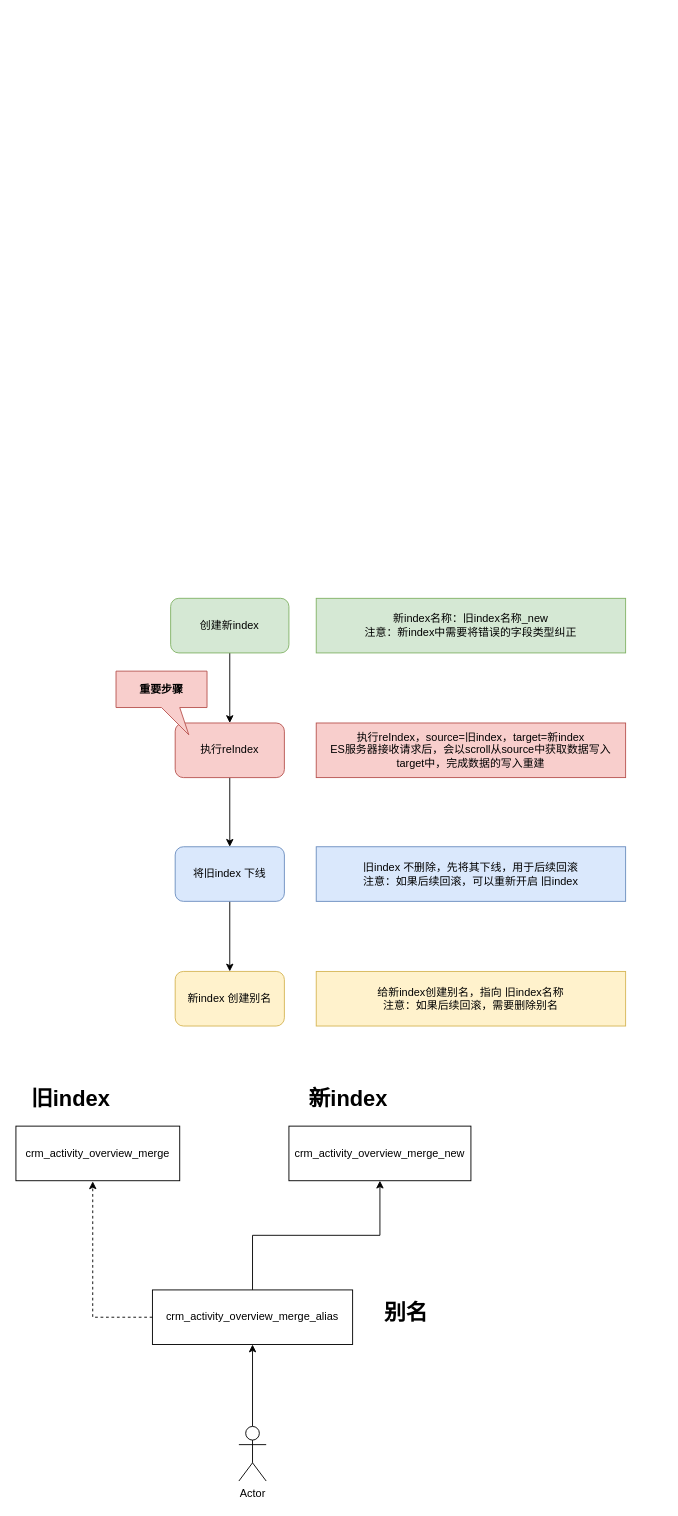
This is ES字段类型问题处理.drawio from 18857545022/-, a draw.io file, before an edit. Source tidied: cells renumbered, new cells numbered last; positions are measured from the earlier drawing's top-left corner, leaving out a move shared by most shapes. Both pictures are drawn from the tidied source at 91%, with x=0, y=0 at pixel (15, 598).
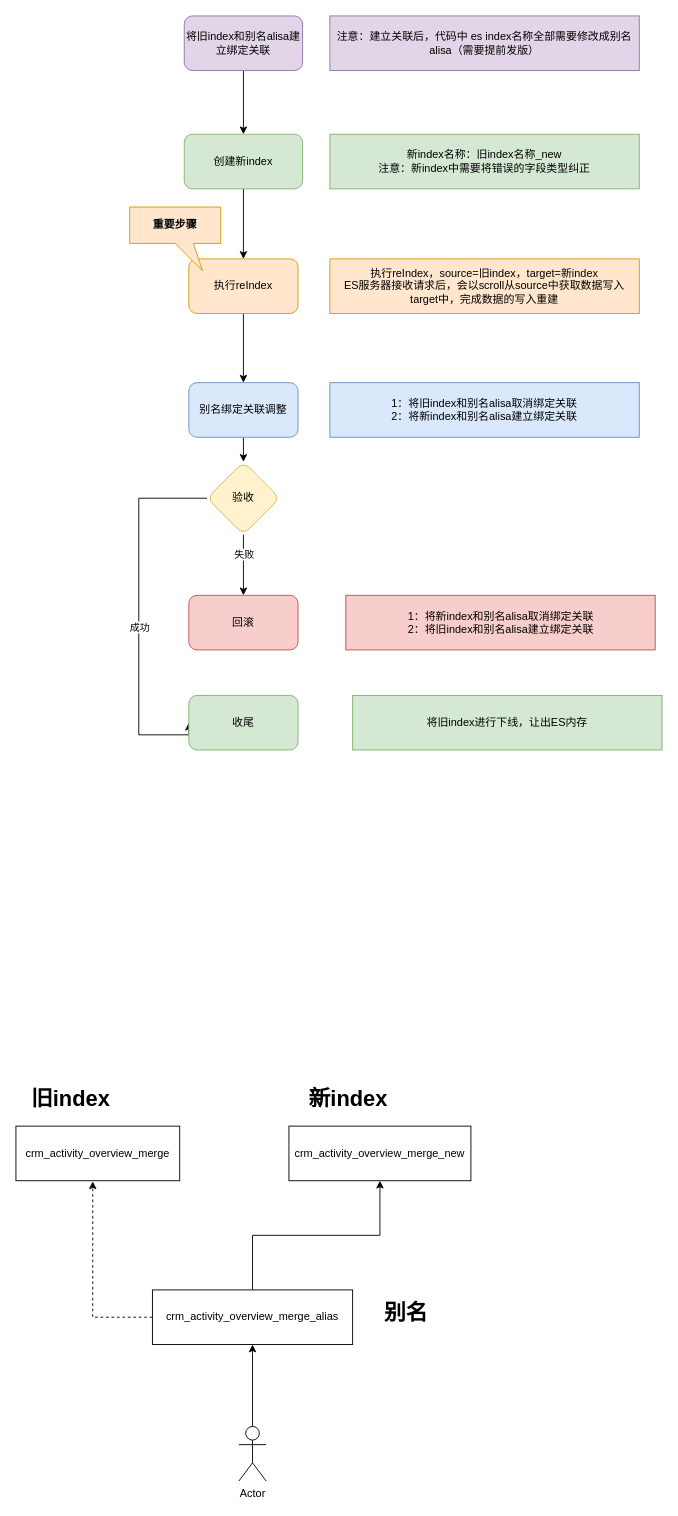
After the change.

Commit message:
更新ES字段类型问题处理.drawio

Diff of the diagram source:
```diff
@@
     <mxCell id="3" value="创建新index" style="rounded=1;whiteSpace=wrap;html=1;fillColor=#d5e8d4;strokeColor=#82b366;" parent="1" vertex="1">
-      <mxGeometry x="170" width="130" height="60" as="geometry" />
+      <mxGeometry x="185" y="-510" width="130" height="60" as="geometry" />
     </mxCell>
@@
-    <mxCell id="5" value="执行reIndex" style="whiteSpace=wrap;html=1;rounded=1;fillColor=#f8cecc;strokeColor=#b85450;" parent="1" vertex="1">
-      <mxGeometry x="175" y="137" width="120" height="60" as="geometry" />
+    <mxCell id="5" value="执行reIndex" style="whiteSpace=wrap;html=1;rounded=1;fillColor=#ffe6cc;strokeColor=#d79b00;" parent="1" vertex="1">
+      <mxGeometry x="190" y="-373" width="120" height="60" as="geometry" />
     </mxCell>
-    <mxCell id="6" style="edgeStyle=orthogonalEdgeStyle;rounded=0;jettySize=auto;html=1;" parent="1" edge="1" source="7" target="8">
-      <mxGeometry relative="1" as="geometry" />
-    </mxCell>
+    <mxCell id="24" style="edgeStyle=orthogonalEdgeStyle;rounded=0;jettySize=auto;html=1;exitX=0.5;exitY=1;exitDx=0;exitDy=0;entryX=0.5;entryY=0;entryDx=0;entryDy=0;" parent="1" edge="1" source="7" target="32">
+      <mxGeometry relative="1" as="geometry" />
+    </mxCell>
-    <mxCell id="7" value="将旧index 下线" style="whiteSpace=wrap;html=1;rounded=1;fillColor=#dae8fc;strokeColor=#6c8ebf;" parent="1" vertex="1">
-      <mxGeometry x="175" y="273" width="120" height="60" as="geometry" />
+    <mxCell id="7" value="别名绑定关联调整" style="whiteSpace=wrap;html=1;rounded=1;fillColor=#dae8fc;strokeColor=#6c8ebf;" parent="1" vertex="1">
+      <mxGeometry x="190" y="-237" width="120" height="60" as="geometry" />
     </mxCell>
-    <mxCell id="8" value="新index 创建别名" style="whiteSpace=wrap;html=1;rounded=1;fillColor=#fff2cc;strokeColor=#d6b656;" parent="1" vertex="1">
-      <mxGeometry x="175" y="410" width="120" height="60" as="geometry" />
-    </mxCell>
     <mxCell id="9" value="新index名称：旧index名称_new&lt;br&gt;注意：新index中需要将错误的字段类型纠正" style="rounded=0;whiteSpace=wrap;html=1;fillColor=#d5e8d4;strokeColor=#82b366;" parent="1" vertex="1">
-      <mxGeometry x="330" width="340" height="60" as="geometry" />
+      <mxGeometry x="345" y="-510" width="340" height="60" as="geometry" />
     </mxCell>
-    <mxCell id="10" value="执行reIndex，source=旧index，target=新index&lt;br&gt;ES服务器接收请求后，会以scroll从source中获取数据写入target中，完成数据的写入重建" style="rounded=0;whiteSpace=wrap;html=1;fillColor=#f8cecc;strokeColor=#b85450;" parent="1" vertex="1">
-      <mxGeometry x="330" y="137" width="340" height="60" as="geometry" />
+    <mxCell id="10" value="执行reIndex，source=旧index，target=新index&lt;br&gt;ES服务器接收请求后，会以scroll从source中获取数据写入target中，完成数据的写入重建" style="rounded=0;whiteSpace=wrap;html=1;fillColor=#ffe6cc;strokeColor=#d79b00;" parent="1" vertex="1">
+      <mxGeometry x="345" y="-373" width="340" height="60" as="geometry" />
     </mxCell>
-    <mxCell id="11" value="旧index 不删除，先将其下线，用于后续回滚&lt;br&gt;注意：如果后续回滚，可以重新开启 旧index" style="rounded=0;whiteSpace=wrap;html=1;fillColor=#dae8fc;strokeColor=#6c8ebf;" parent="1" vertex="1">
-      <mxGeometry x="330" y="273" width="340" height="60" as="geometry" />
-    </mxCell>
-    <mxCell id="12" value="给新index创建别名，指向 旧index名称&lt;br&gt;注意：如果后续回滚，需要删除别名" style="rounded=0;whiteSpace=wrap;html=1;fillColor=#fff2cc;strokeColor=#d6b656;" parent="1" vertex="1">
-      <mxGeometry x="330" y="410" width="340" height="60" as="geometry" />
-    </mxCell>
-    <mxCell id="13" value="重要步骤" style="shape=callout;whiteSpace=wrap;html=1;perimeter=calloutPerimeter;position2=0.8;fillColor=#f8cecc;strokeColor=#b85450;fontStyle=1;" parent="1" vertex="1">
-      <mxGeometry x="110" y="80" width="100" height="70" as="geometry" />
+    <mxCell id="13" value="重要步骤" style="shape=callout;whiteSpace=wrap;html=1;perimeter=calloutPerimeter;position2=0.8;fillColor=#ffe6cc;strokeColor=#d79b00;fontStyle=1;" parent="1" vertex="1">
+      <mxGeometry x="125" y="-430" width="100" height="70" as="geometry" />
     </mxCell>
+    <mxCell id="25" style="edgeStyle=orthogonalEdgeStyle;rounded=0;jettySize=auto;html=1;exitX=0.5;exitY=1;exitDx=0;exitDy=0;" parent="1" edge="1" source="26" target="3">
+      <mxGeometry relative="1" as="geometry" />
+    </mxCell>
+    <mxCell id="26" value="将旧index和别名alisa建立绑定关联" style="rounded=1;whiteSpace=wrap;html=1;fillColor=#e1d5e7;strokeColor=#9673a6;" parent="1" vertex="1">
+      <mxGeometry x="185" y="-640" width="130" height="60" as="geometry" />
+    </mxCell>
+    <mxCell id="27" value="注意：建立关联后，代码中 es index名称全部需要修改成别名alisa（需要提前发版）" style="rounded=0;whiteSpace=wrap;html=1;fillColor=#e1d5e7;strokeColor=#9673a6;" parent="1" vertex="1">
+      <mxGeometry x="345" y="-640" width="340" height="60" as="geometry" />
+    </mxCell>
+    <mxCell id="28" style="edgeStyle=orthogonalEdgeStyle;rounded=0;jettySize=auto;html=1;" parent="1" edge="1" source="32" target="33">
+      <mxGeometry relative="1" as="geometry" />
+    </mxCell>
+    <mxCell id="29" value="失败" style="edgeLabel;html=1;align=center;verticalAlign=middle;" parent="28" vertex="1">
+      <mxGeometry x="-0.47" relative="1" as="geometry">
+        <mxPoint y="3" as="offset" />
+      </mxGeometry>
+    </mxCell>
+    <mxCell id="30" style="edgeStyle=orthogonalEdgeStyle;rounded=0;jettySize=auto;html=1;exitX=0;exitY=0.5;exitDx=0;exitDy=0;entryX=0;entryY=0.5;entryDx=0;entryDy=0;" parent="1" edge="1" source="32" target="36">
+      <mxGeometry relative="1" as="geometry">
+        <Array as="points">
+          <mxPoint x="135" y="-110" />
+          <mxPoint x="135" y="150" />
+          <mxPoint x="190" y="150" />
+        </Array>
+      </mxGeometry>
+    </mxCell>
+    <mxCell id="31" value="成功" style="edgeLabel;html=1;align=center;verticalAlign=middle;" parent="30" vertex="1">
+      <mxGeometry x="0.07" relative="1" as="geometry" />
+    </mxCell>
+    <mxCell id="32" value="验收" style="rhombus;whiteSpace=wrap;html=1;fillColor=#fff2cc;strokeColor=#d6b656;rounded=1;" parent="1" vertex="1">
+      <mxGeometry x="210" y="-150" width="80" height="80" as="geometry" />
+    </mxCell>
+    <mxCell id="33" value="回滚" style="whiteSpace=wrap;html=1;fillColor=#f8cecc;strokeColor=#b85450;rounded=1;" parent="1" vertex="1">
+      <mxGeometry x="190" y="-3.3" width="120" height="60" as="geometry" />
+    </mxCell>
+    <mxCell id="34" value="1：将新index和别名alisa取消绑定关联&lt;br style=&quot;border-color: var(--border-color);&quot;&gt;2：将旧index和别名alisa建立绑定关联" style="rounded=0;whiteSpace=wrap;html=1;fillColor=#f8cecc;strokeColor=#b85450;" parent="1" vertex="1">
+      <mxGeometry x="362.5" y="-3.3" width="340" height="60" as="geometry" />
+    </mxCell>
+    <mxCell id="35" value="1：将旧index和别名alisa取消绑定关联&lt;br&gt;2：将新index和别名alisa建立绑定关联" style="rounded=0;whiteSpace=wrap;html=1;fillColor=#dae8fc;strokeColor=#6c8ebf;" parent="1" vertex="1">
+      <mxGeometry x="345" y="-237" width="340" height="60" as="geometry" />
+    </mxCell>
+    <mxCell id="36" value="收尾" style="whiteSpace=wrap;html=1;fillColor=#d5e8d4;strokeColor=#82b366;rounded=1;" parent="1" vertex="1">
+      <mxGeometry x="190" y="106.7" width="120" height="60" as="geometry" />
+    </mxCell>
+    <mxCell id="37" value="将旧index进行下线，让出ES内存" style="rounded=0;whiteSpace=wrap;html=1;fillColor=#d5e8d4;strokeColor=#82b366;" parent="1" vertex="1">
+      <mxGeometry x="370" y="106.7" width="340" height="60" as="geometry" />
+    </mxCell>
```
